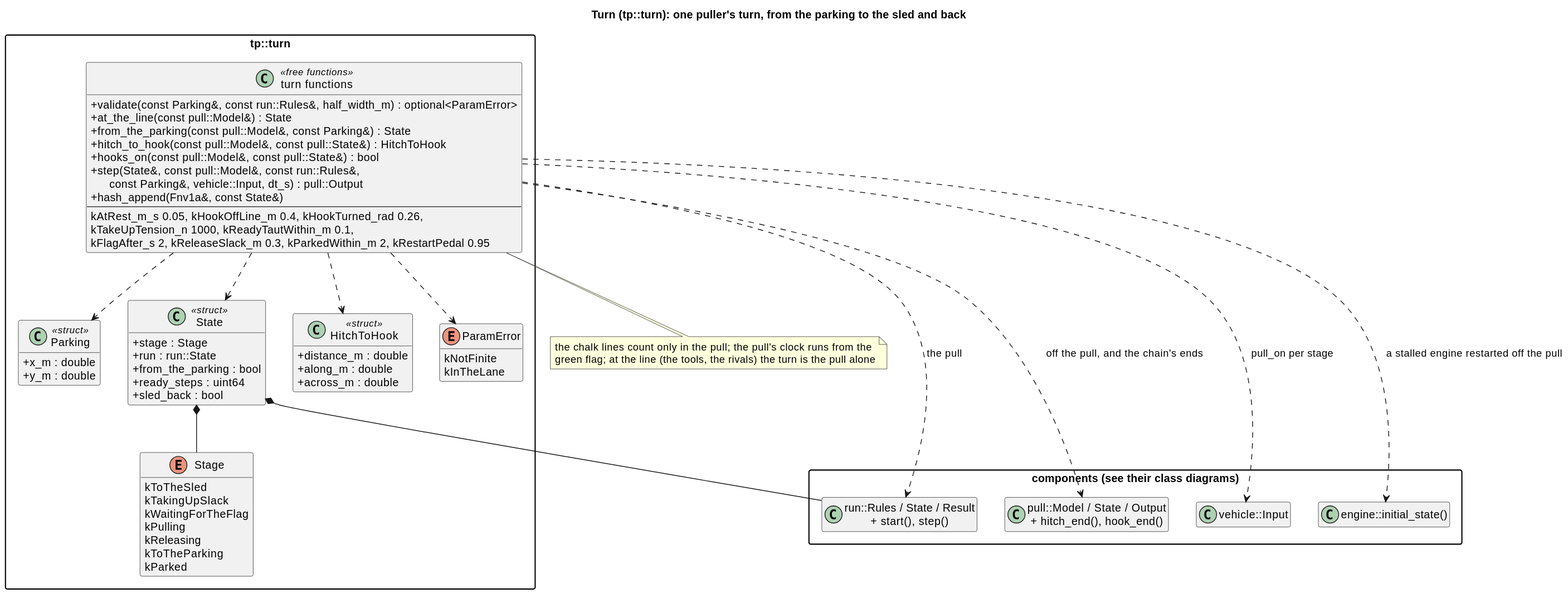
The PlantUML diagram docs/diagrams/svg/turn_classes.svg in wversteeg/TractorPulling, before a commit.
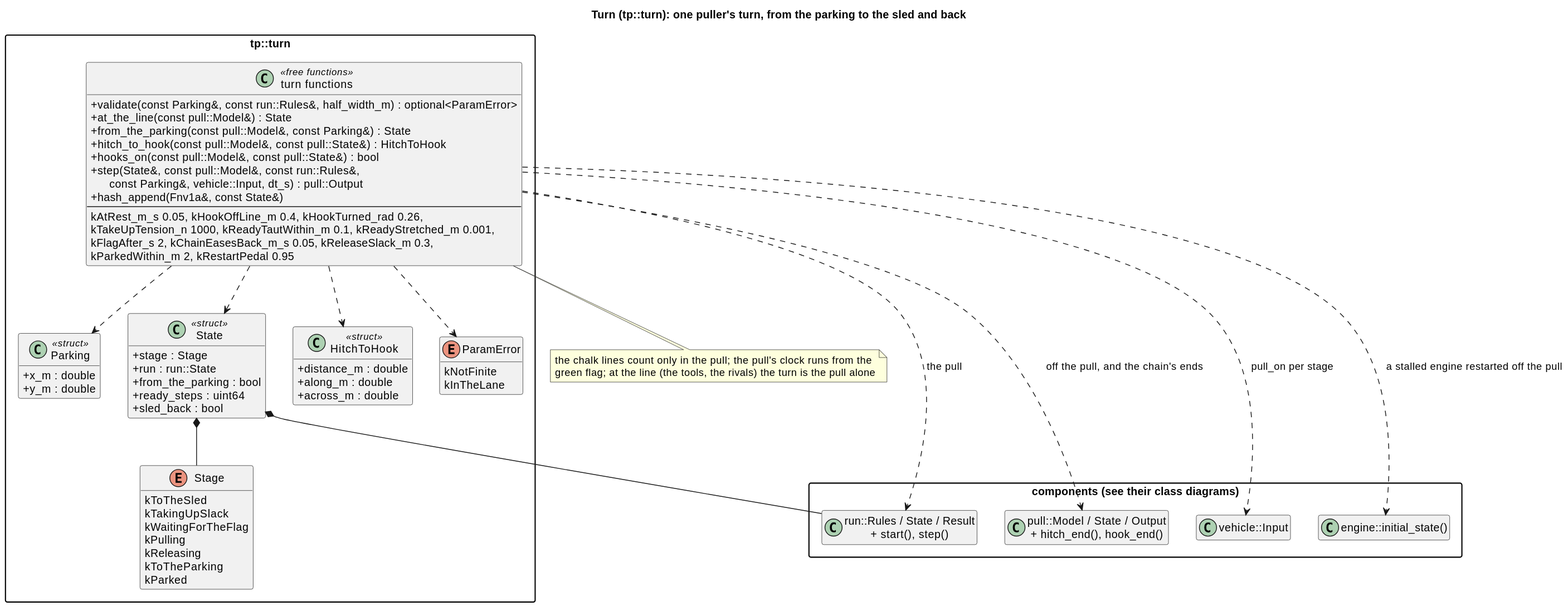
The same diagram one commit later.

Change to the diagram source:
```diff
@@ -51,8 +51,9 @@
     +hash_append(Fnv1a&, const State&)
     --
     kAtRest_m_s 0.05, kHookOffLine_m 0.4, kHookTurned_rad 0.26,
-    kTakeUpTension_n 1000, kReadyTautWithin_m 0.1,
-    kFlagAfter_s 2, kReleaseSlack_m 0.3, kParkedWithin_m 2, kRestartPedal 0.95
+    kTakeUpTension_n 1000, kReadyTautWithin_m 0.1, kReadyStretched_m 0.001,
+    kFlagAfter_s 2, kChainEasesBack_m_s 0.05, kReleaseSlack_m 0.3,
+    kParkedWithin_m 2, kRestartPedal 0.95
   }
   State *-- Stage
   TurnFns ..> State
```
